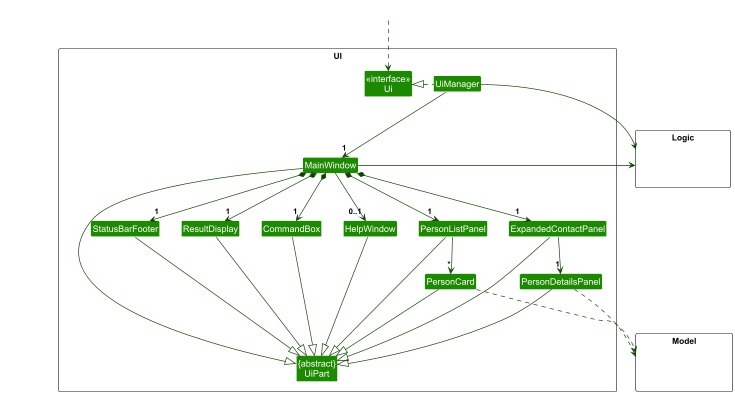
Above: docs/images/UiClassDiagram.png in Josiah-low/tp (PlantUML), before the change.
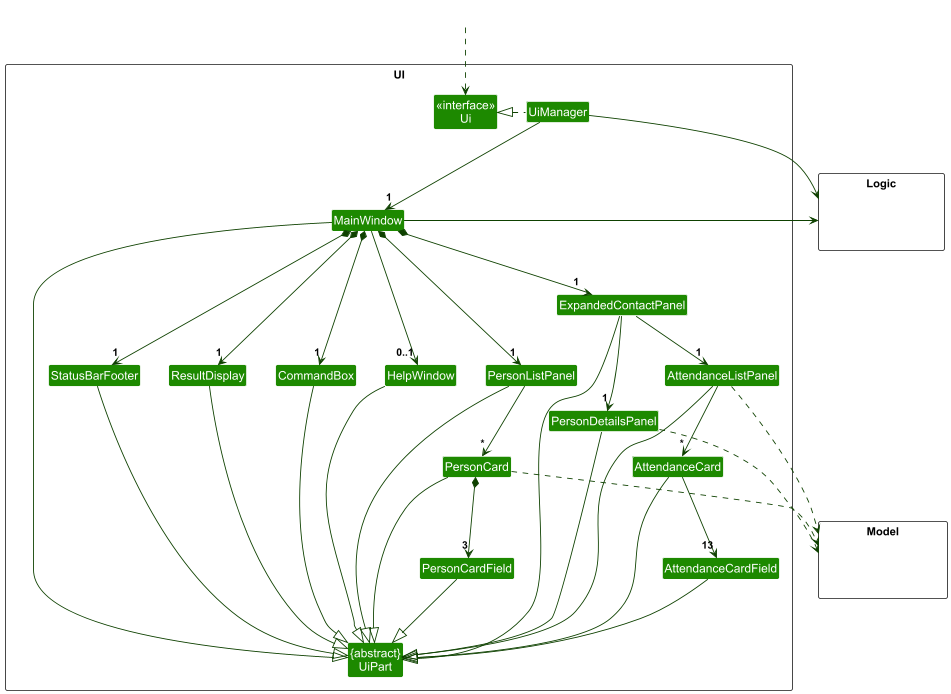
The same diagram one commit later.

Change to the diagram source:
```diff
@@ -13,10 +13,14 @@
 Class ResultDisplay
 Class PersonListPanel
 Class PersonCard
+Class PersonCardField
 Class StatusBarFooter
 Class CommandBox
 Class ExpandedContactPanel
 Class PersonDetailsPanel
+Class AttendanceListPanel
+Class AttendanceCard
+Class AttendanceCardField
 }
 
 package Model <<Rectangle>> {
@@ -42,6 +46,11 @@
 PersonListPanel -down-> "*" PersonCard
 
 ExpandedContactPanel -down-> "1" PersonDetailsPanel
+PersonCard *-down-> "3" PersonCardField
+
+ExpandedContactPanel -down-> "1" AttendanceListPanel
+AttendanceListPanel -down-> "*" AttendanceCard
+AttendanceCard -down-> "13" AttendanceCardField
 
 MainWindow -left-|> UiPart
 
@@ -49,13 +58,18 @@
 CommandBox --|> UiPart
 ExpandedContactPanel --|> UiPart
 PersonDetailsPanel --|> UiPart
+AttendanceListPanel --|> UiPart
+AttendanceCard --|> UiPart
+AttendanceCardField --|> UiPart
 PersonListPanel --|> UiPart
 PersonCard --|> UiPart
+PersonCardField --|> UiPart
 StatusBarFooter --|> UiPart
 HelpWindow --|> UiPart
 
 PersonCard ..> Model
 PersonDetailsPanel ..> Model : ""
+AttendanceListPanel ..> Model : ""
 UiManager -right-> Logic
 MainWindow -left-> Logic
 
```
